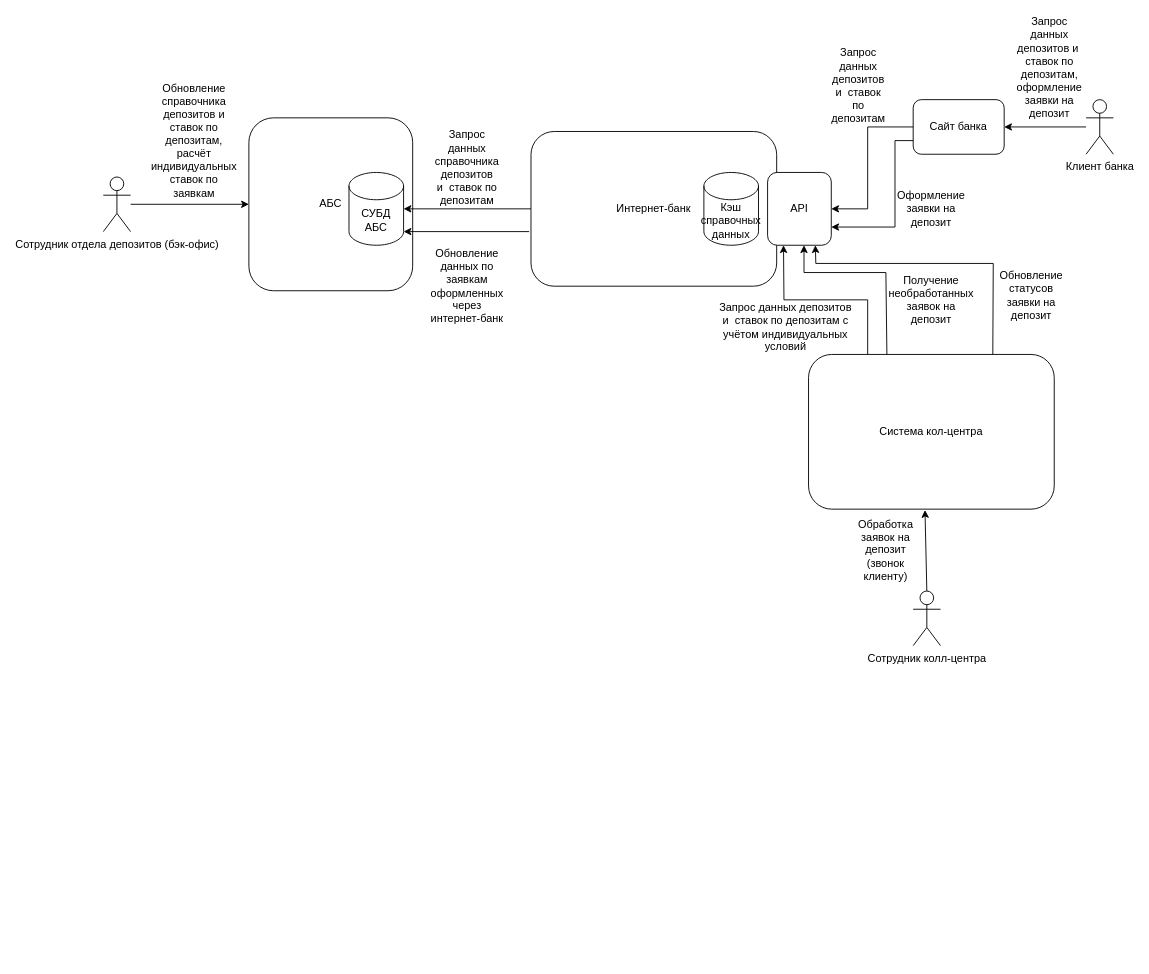
Earlier version of the draw.io diagram Task3/Диаграмма без названия.drawio (Laborant90/architecture-standart). Source tidied: cells renumbered, new cells numbered last; positions are measured from the earlier drawing's top-left corner, leaving out a move shared by most shapes. Both pictures are drawn from the tidied source at 91%, with x=0, y=0 at pixel (103, 54).
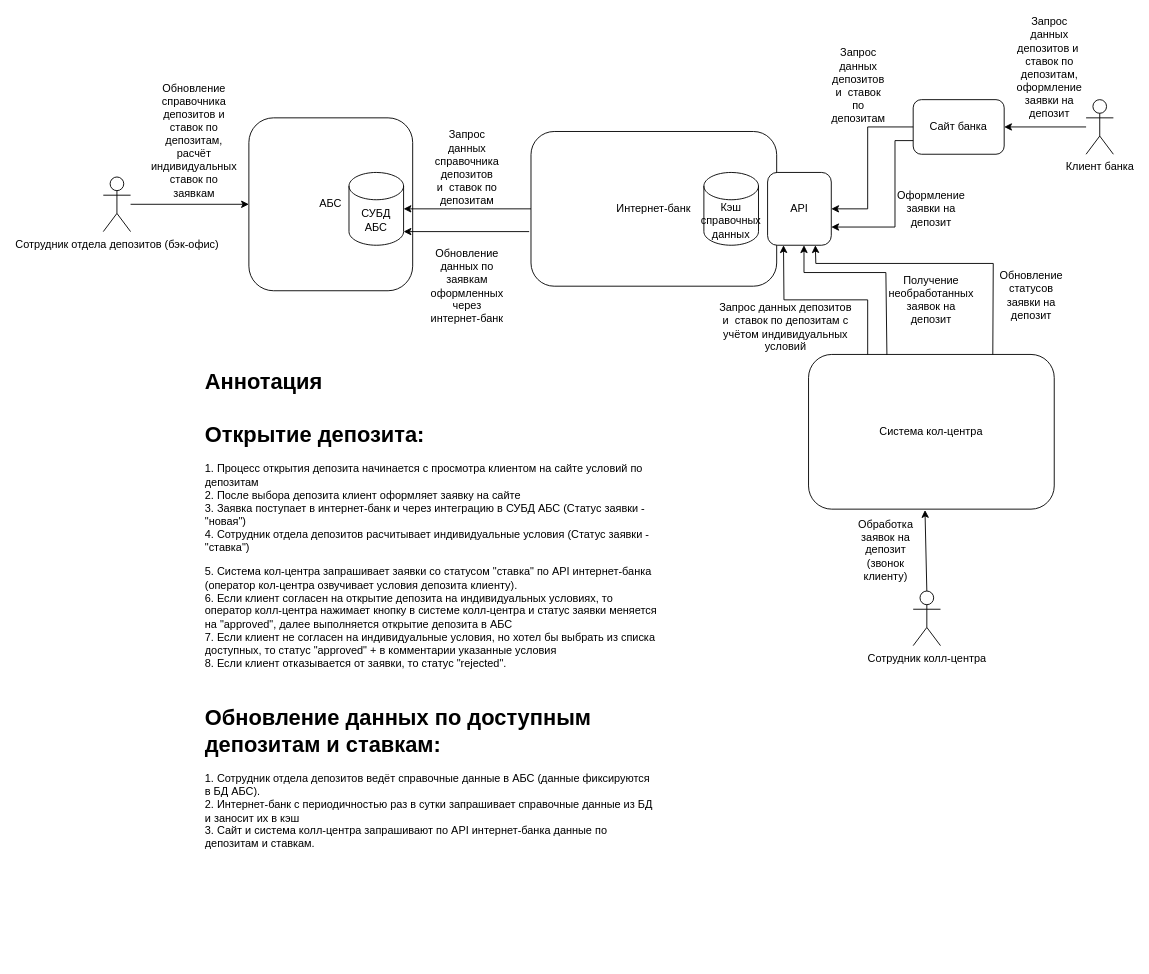
The same diagram, later.

The edit, as a diff of the source:
```diff
@@
+    <mxCell id="32" value="&lt;h1 style=&quot;margin-top: 0px;&quot;&gt;Аннотация&lt;br&gt;&lt;br&gt;Открытие депозита:&lt;/h1&gt;&lt;p&gt;1. Процесс открытия депозита начинается с просмотра клиентом на сайте условий по депозитам&lt;br&gt;&lt;span style=&quot;background-color: transparent; color: light-dark(rgb(0, 0, 0), rgb(255, 255, 255));&quot;&gt;2. После выбора депозита клиент оформляет заявку на сайте&lt;br&gt;3. Заявка поступает в интернет-банк и через интеграцию в СУБД АБС&lt;/span&gt;&lt;span style=&quot;background-color: transparent; color: light-dark(rgb(0, 0, 0), rgb(255, 255, 255));&quot;&gt;&amp;nbsp;(Статус заявки - &quot;новая&quot;)&lt;br&gt;4. Сотрудник отдела депозитов расчитывает индивидуальные условия (Статус заявки - &quot;ставка&quot;)&lt;br&gt;&lt;/span&gt;&lt;/p&gt;&lt;p&gt;&lt;span style=&quot;background-color: transparent; color: light-dark(rgb(0, 0, 0), rgb(255, 255, 255));&quot;&gt;5. Система кол-центра запрашивает заявки со статусом &quot;ставка&quot; по API интернет-банка (оператор кол-центра озвучивает условия депозита клиенту).&lt;br&gt;6. Если клиент согласен на открытие депозита на индивидуальных условиях, то оператор колл-центра нажимает кнопку в системе колл-центра и статус заявки меняется на &quot;approved&quot;, далее выполняется открытие депозита в АБС&lt;br&gt;7. Если клиент не согласен на индивидуальные условия, но хотел бы выбрать из списка доступных, то статус &quot;approved&quot; + в комментарии указанные условия&lt;br&gt;8. Если клиент отказывается от заявки, то статус &quot;rejected&quot;.&lt;/span&gt;&lt;/p&gt;&lt;p&gt;&lt;span style=&quot;background-color: transparent; color: light-dark(rgb(0, 0, 0), rgb(255, 255, 255));&quot;&gt;&lt;br&gt;&lt;/span&gt;&lt;/p&gt;&lt;h1 style=&quot;margin-top: 0px;&quot;&gt;Обновление данных по доступным депозитам и ставкам:&lt;/h1&gt;&lt;p&gt;1.&amp;nbsp;&lt;span style=&quot;background-color: transparent; color: light-dark(rgb(0, 0, 0), rgb(255, 255, 255));&quot;&gt;Сотрудник отдела депозитов ведёт справочные данные в АБС (данные фиксируются в БД АБС).&lt;br&gt;2. Интернет-банк с периодичностью раз в сутки запрашивает справочные данные из БД и заносит их в кэш&lt;br&gt;3. Сайт и система колл-центра запрашивают по API интернет-банка данные по депозитам и ставкам.&lt;/span&gt;&lt;/p&gt;" style="text;html=1;whiteSpace=wrap;overflow=hidden;rounded=0;" parent="1" vertex="1">
+      <mxGeometry x="110" y="340" width="500" height="650" as="geometry" />
+    </mxCell>
```
